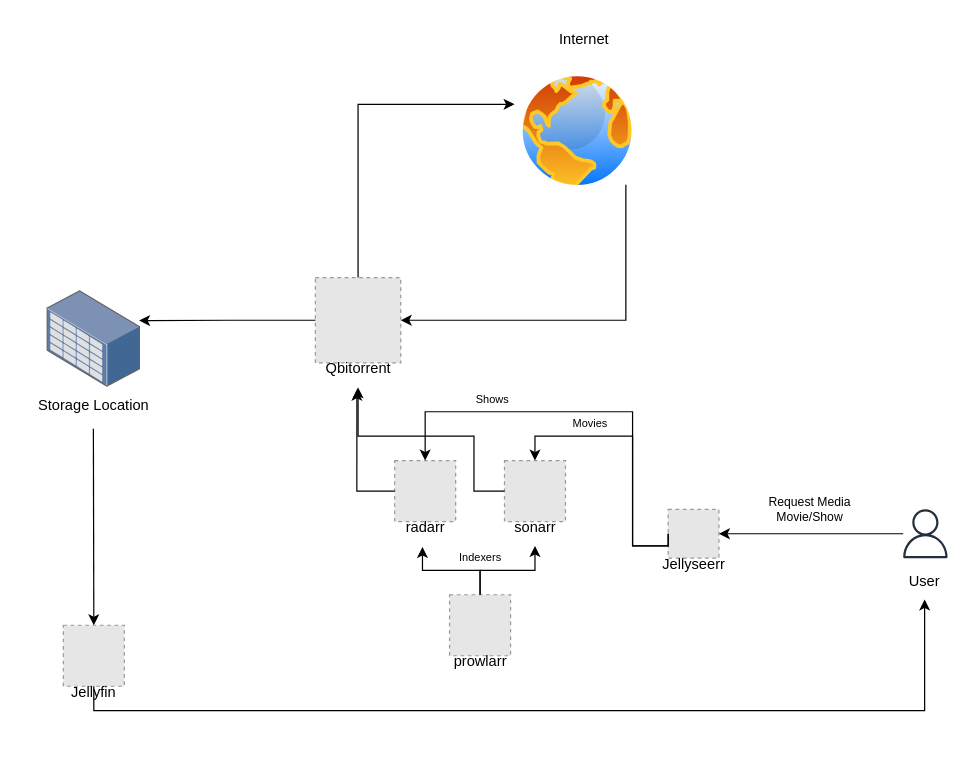
Earlier version of the draw.io diagram MediaServerDiagram.drawio (cmedi067/SelfHosting). Source tidied: cells renumbered, new cells numbered last; positions are measured from the earlier drawing's top-left corner, leaving out a move shared by most shapes. Both pictures are drawn from the tidied source at 122%, with x=0, y=0 at pixel (20, 21). Pictures stored in the file or linked from it are replaced by grey dashed boxes.
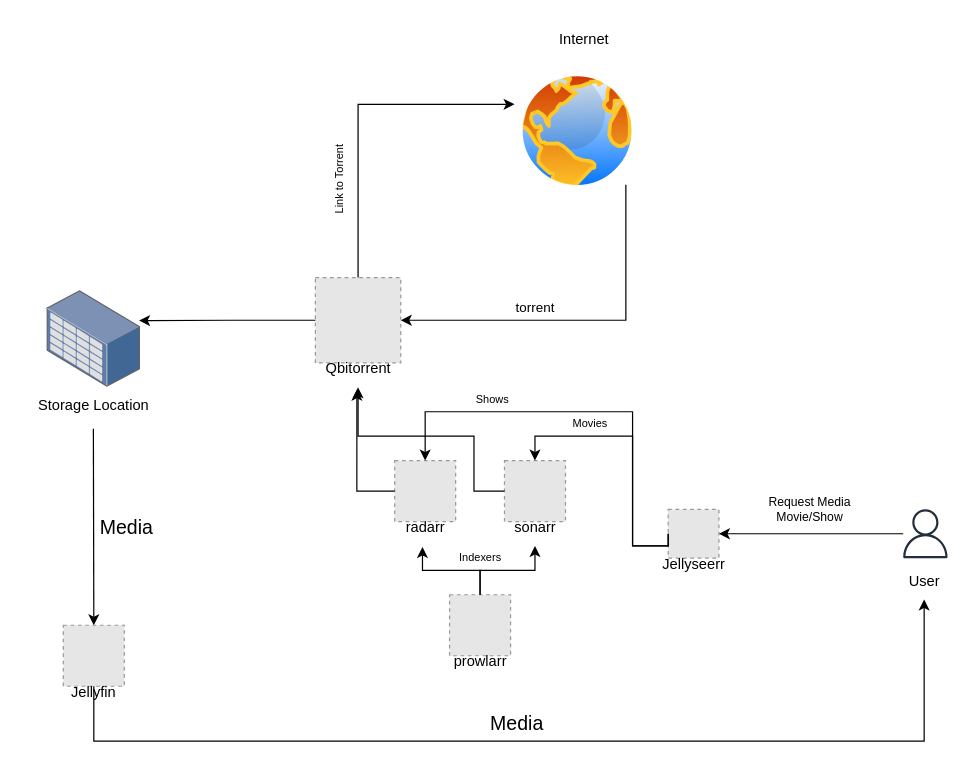
The same diagram, later.

The change refers to these unchanged cells:
```xml
<mxCell id="19" style="fillColor=#E6E6E6;strokeColor=#999999;dashed=1;verticalLabelPosition=bottom;labelBackgroundColor=default;verticalAlign=top;" parent="18" vertex="1">
  <mxGeometry x="5" width="50" height="50" as="geometry" />
</mxCell>
<mxCell id="23" value="User" style="text;html=1;align=center;verticalAlign=middle;points=[];strokeColor=none;fillColor=none;" parent="21" vertex="1">
  <mxGeometry x="-5.6" y="43.9" width="50" height="30" as="geometry" />
</mxCell>
```

What changed in the source:
```diff
@@
     <mxCell id="43" style="edgeStyle=orthogonalEdgeStyle;rounded=0;jettySize=auto;html=1;exitX=0.5;exitY=1;exitDx=0;exitDy=0;" parent="1" edge="1" source="19" target="23">
-      <mxGeometry relative="1" as="geometry" />
+      <mxGeometry relative="1" as="geometry">
+        <Array as="points">
+          <mxPoint x="60" y="590" />
+          <mxPoint x="741" y="590" />
+        </Array>
+      </mxGeometry>
     </mxCell>
+    <mxCell id="44" value="Media" style="text;html=1;align=center;verticalAlign=middle;strokeColor=none;fillColor=none;fontSize=16;" parent="1" vertex="1">
+      <mxGeometry x="372" y="560" width="70" height="30" as="geometry" />
+    </mxCell>
+    <mxCell id="45" value="Media" style="text;html=1;align=center;verticalAlign=middle;strokeColor=none;fillColor=none;fontSize=16;" parent="1" vertex="1">
+      <mxGeometry x="52" y="400" width="70" height="30" as="geometry" />
+    </mxCell>
+    <mxCell id="46" value="Link to Torrent" style="text;html=1;align=center;verticalAlign=middle;strokeColor=none;fillColor=none;fontSize=9;rotation=-90;" parent="1" vertex="1">
+      <mxGeometry x="222" y="120" width="80" height="20" as="geometry" />
+    </mxCell>
+    <mxCell id="47" value="torrent" style="text;html=1;align=center;verticalAlign=middle;strokeColor=none;fillColor=none;fontSize=11;" parent="1" vertex="1">
+      <mxGeometry x="392" y="220" width="60" height="30" as="geometry" />
+    </mxCell>
```
